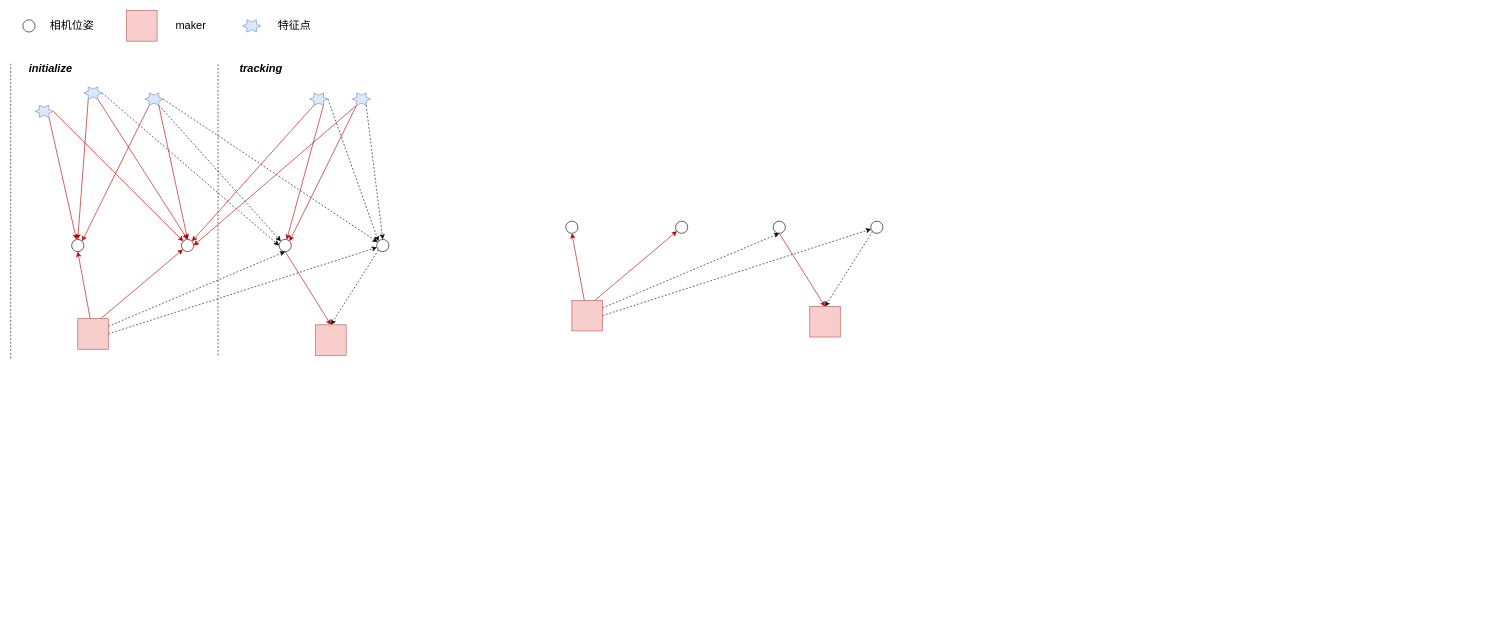
Earlier version of the draw.io diagram page "Ucoslam-示意图" (1 of 5) of uco-slam.drawio (younguper/VNOTE). Source tidied: cells renumbered, new cells numbered last; positions are measured from the earlier drawing's top-left corner, leaving out a move shared by most shapes. Both pictures are drawn from the tidied source at 61%, with x=0, y=0 at pixel (10, 10).
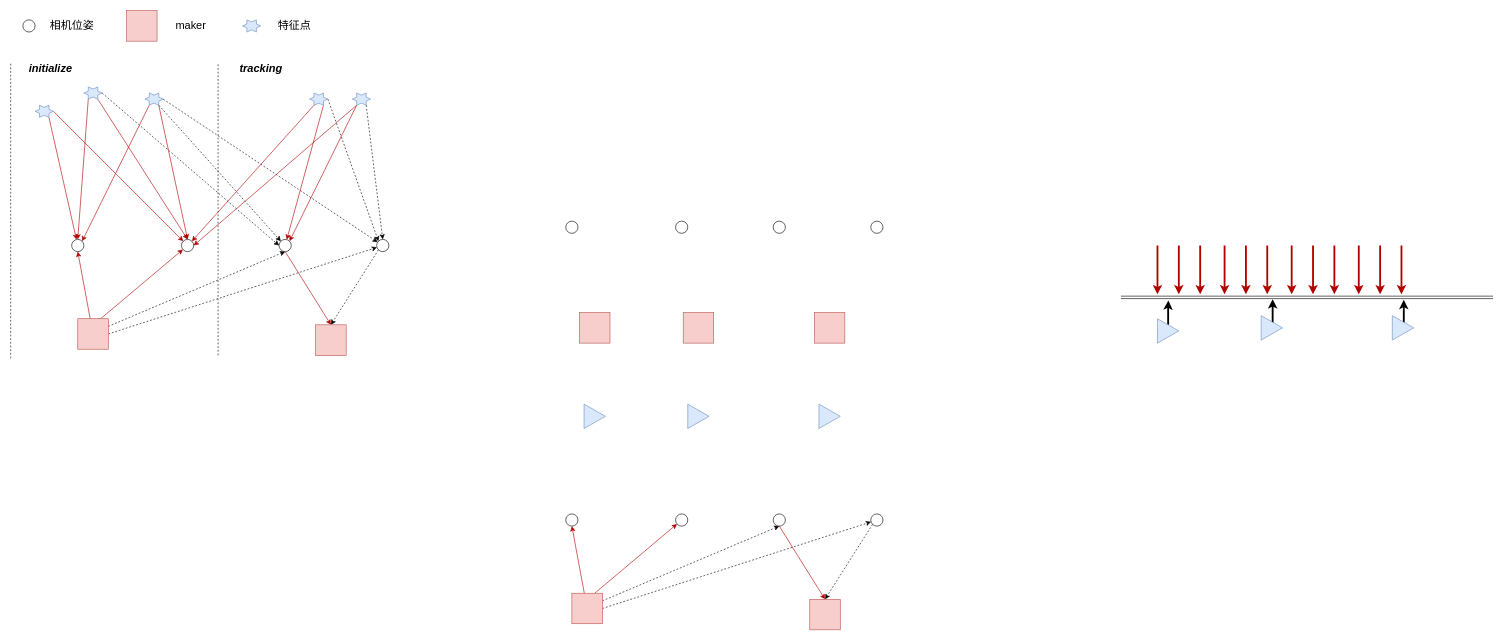
Above is the later version.

Unchanged cells that the change refers to:
```xml
<mxCell id="49" style="ellipse;whiteSpace=wrap;html=1;" parent="1" vertex="1">
  <mxGeometry x="910" y="345" width="20" height="20" as="geometry" />
</mxCell>
<mxCell id="50" style="ellipse;whiteSpace=wrap;html=1;" parent="1" vertex="1">
  <mxGeometry x="1090" y="345" width="20" height="20" as="geometry" />
</mxCell>
<mxCell id="52" style="ellipse;whiteSpace=wrap;html=1;" parent="1" vertex="1">
  <mxGeometry x="1250" y="345" width="20" height="20" as="geometry" />
</mxCell>
<mxCell id="54" style="ellipse;whiteSpace=wrap;html=1;" parent="1" vertex="1">
  <mxGeometry x="1410" y="345" width="20" height="20" as="geometry" />
</mxCell>
```

Diff of the diagram source:
```diff
@@
-    <mxCell id="44" style="rounded=0;jettySize=auto;html=1;exitX=0.75;exitY=0;exitDx=0;exitDy=0;fillColor=#e51400;strokeColor=#B20000;" parent="1" edge="1" source="48" target="50">
-      <mxGeometry relative="1" as="geometry" />
-    </mxCell>
-    <mxCell id="45" style="edgeStyle=none;rounded=0;jettySize=auto;html=1;entryX=0.5;entryY=1;entryDx=0;entryDy=0;fillColor=#e51400;strokeColor=#B20000;" parent="1" edge="1" source="48" target="49">
-      <mxGeometry relative="1" as="geometry" />
-    </mxCell>
-    <mxCell id="46" style="edgeStyle=none;rounded=0;jettySize=auto;html=1;exitX=1;exitY=0.25;exitDx=0;exitDy=0;entryX=0.5;entryY=1;entryDx=0;entryDy=0;dashed=1;fillColor=#e51400;" parent="1" edge="1" source="48" target="52">
-      <mxGeometry relative="1" as="geometry" />
-    </mxCell>
-    <mxCell id="47" style="edgeStyle=none;rounded=0;jettySize=auto;html=1;exitX=1;exitY=0.5;exitDx=0;exitDy=0;dashed=1;strokeColor=#000000;fontFamily=Helvetica;" parent="1" edge="1" source="48" target="54">
-      <mxGeometry relative="1" as="geometry" />
-    </mxCell>
     <mxCell id="48" style="whiteSpace=wrap;html=1;fillColor=#f8cecc;strokeColor=#b85450;" parent="1" vertex="1">
-      <mxGeometry x="920" y="475" width="50" height="50" as="geometry" />
+      <mxGeometry x="932.5" y="495" width="50" height="50" as="geometry" />
     </mxCell>
@@
-    <mxCell id="51" style="edgeStyle=none;rounded=0;jettySize=auto;html=1;exitX=0.5;exitY=1;exitDx=0;exitDy=0;entryX=0.5;entryY=0;entryDx=0;entryDy=0;fillColor=#e51400;strokeColor=#B20000;" parent="1" edge="1" source="52" target="55">
-      <mxGeometry relative="1" as="geometry" />
-    </mxCell>
@@
-    <mxCell id="53" style="edgeStyle=none;rounded=0;jettySize=auto;html=1;exitX=0;exitY=1;exitDx=0;exitDy=0;entryX=0.5;entryY=0;entryDx=0;entryDy=0;dashed=1;strokeColor=#000000;fontFamily=Helvetica;" parent="1" edge="1" source="54" target="55">
-      <mxGeometry relative="1" as="geometry" />
-    </mxCell>
@@
     <mxCell id="55" style="whiteSpace=wrap;html=1;fillColor=#f8cecc;strokeColor=#b85450;" parent="1" vertex="1">
-      <mxGeometry x="1310" y="485" width="50" height="50" as="geometry" />
+      <mxGeometry x="1317.5" y="495" width="50" height="50" as="geometry" />
     </mxCell>
+    <mxCell id="56" style="rounded=0;jettySize=auto;html=1;exitX=0.75;exitY=0;exitDx=0;exitDy=0;fillColor=#e51400;strokeColor=#B20000;" parent="1" edge="1" source="60" target="62">
+      <mxGeometry relative="1" as="geometry" />
+    </mxCell>
+    <mxCell id="57" style="edgeStyle=none;rounded=0;jettySize=auto;html=1;entryX=0.5;entryY=1;entryDx=0;entryDy=0;fillColor=#e51400;strokeColor=#B20000;" parent="1" edge="1" source="60" target="61">
+      <mxGeometry relative="1" as="geometry" />
+    </mxCell>
+    <mxCell id="58" style="edgeStyle=none;rounded=0;jettySize=auto;html=1;exitX=1;exitY=0.25;exitDx=0;exitDy=0;entryX=0.5;entryY=1;entryDx=0;entryDy=0;dashed=1;fillColor=#e51400;" parent="1" edge="1" source="60" target="64">
+      <mxGeometry relative="1" as="geometry" />
+    </mxCell>
+    <mxCell id="59" style="edgeStyle=none;rounded=0;jettySize=auto;html=1;exitX=1;exitY=0.5;exitDx=0;exitDy=0;dashed=1;strokeColor=#000000;fontFamily=Helvetica;" parent="1" edge="1" source="60" target="66">
+      <mxGeometry relative="1" as="geometry" />
+    </mxCell>
+    <mxCell id="60" style="whiteSpace=wrap;html=1;fillColor=#f8cecc;strokeColor=#b85450;" parent="1" vertex="1">
+      <mxGeometry x="920" y="955" width="50" height="50" as="geometry" />
+    </mxCell>
+    <mxCell id="61" style="ellipse;whiteSpace=wrap;html=1;" parent="1" vertex="1">
+      <mxGeometry x="910" y="825" width="20" height="20" as="geometry" />
+    </mxCell>
+    <mxCell id="62" style="ellipse;whiteSpace=wrap;html=1;" parent="1" vertex="1">
+      <mxGeometry x="1090" y="825" width="20" height="20" as="geometry" />
+    </mxCell>
+    <mxCell id="63" style="edgeStyle=none;rounded=0;jettySize=auto;html=1;exitX=0.5;exitY=1;exitDx=0;exitDy=0;entryX=0.5;entryY=0;entryDx=0;entryDy=0;fillColor=#e51400;strokeColor=#B20000;" parent="1" edge="1" source="64" target="67">
+      <mxGeometry relative="1" as="geometry" />
+    </mxCell>
+    <mxCell id="64" style="ellipse;whiteSpace=wrap;html=1;" parent="1" vertex="1">
+      <mxGeometry x="1250" y="825" width="20" height="20" as="geometry" />
+    </mxCell>
+    <mxCell id="65" style="edgeStyle=none;rounded=0;jettySize=auto;html=1;exitX=0;exitY=1;exitDx=0;exitDy=0;entryX=0.5;entryY=0;entryDx=0;entryDy=0;dashed=1;strokeColor=#000000;fontFamily=Helvetica;" parent="1" edge="1" source="66" target="67">
+      <mxGeometry relative="1" as="geometry" />
+    </mxCell>
+    <mxCell id="66" style="ellipse;whiteSpace=wrap;html=1;" parent="1" vertex="1">
+      <mxGeometry x="1410" y="825" width="20" height="20" as="geometry" />
+    </mxCell>
+    <mxCell id="67" style="whiteSpace=wrap;html=1;fillColor=#f8cecc;strokeColor=#b85450;" parent="1" vertex="1">
+      <mxGeometry x="1310" y="965" width="50" height="50" as="geometry" />
+    </mxCell>
+    <mxCell id="68" style="triangle;whiteSpace=wrap;html=1;fillColor=#dae8fc;strokeColor=#6c8ebf;" parent="1" vertex="1">
+      <mxGeometry x="940" y="645" width="35" height="40" as="geometry" />
+    </mxCell>
+    <mxCell id="69" style="triangle;whiteSpace=wrap;html=1;fillColor=#dae8fc;strokeColor=#6c8ebf;" parent="1" vertex="1">
+      <mxGeometry x="1110" y="645" width="35" height="40" as="geometry" />
+    </mxCell>
+    <mxCell id="70" style="triangle;whiteSpace=wrap;html=1;fillColor=#dae8fc;strokeColor=#6c8ebf;" parent="1" vertex="1">
+      <mxGeometry x="1325" y="645" width="35" height="40" as="geometry" />
+    </mxCell>
+    <mxCell id="71" style="whiteSpace=wrap;html=1;fillColor=#f8cecc;strokeColor=#b85450;" parent="1" vertex="1">
+      <mxGeometry x="1102.5" y="495" width="50" height="50" as="geometry" />
+    </mxCell>
+    <mxCell id="72" style="edgeStyle=orthogonalEdgeStyle;rounded=0;jettySize=auto;html=1;exitX=0.5;exitY=0;exitDx=0;exitDy=0;entryX=0.076;entryY=0.75;entryDx=0;entryDy=0;entryPerimeter=0;strokeWidth=3;" parent="1" edge="1" source="73">
+      <mxGeometry relative="1" as="geometry">
+        <mxPoint x="1897.8" y="475" as="targetPoint" />
+      </mxGeometry>
+    </mxCell>
+    <mxCell id="73" style="triangle;whiteSpace=wrap;html=1;fillColor=#dae8fc;strokeColor=#6c8ebf;" parent="1" vertex="1">
+      <mxGeometry x="1880" y="505" width="35" height="40" as="geometry" />
+    </mxCell>
+    <mxCell id="74" style="edgeStyle=orthogonalEdgeStyle;rounded=0;jettySize=auto;html=1;exitX=0.5;exitY=0;exitDx=0;exitDy=0;entryX=0.301;entryY=0.65;entryDx=0;entryDy=0;entryPerimeter=0;strokeWidth=3;" parent="1" edge="1" source="75">
+      <mxGeometry relative="1" as="geometry">
+        <mxPoint x="2068.8" y="473" as="targetPoint" />
+      </mxGeometry>
+    </mxCell>
+    <mxCell id="75" style="triangle;whiteSpace=wrap;html=1;fillColor=#dae8fc;strokeColor=#6c8ebf;" parent="1" vertex="1">
+      <mxGeometry x="2050" y="500" width="35" height="40" as="geometry" />
+    </mxCell>
+    <mxCell id="76" style="edgeStyle=orthogonalEdgeStyle;rounded=0;jettySize=auto;html=1;exitX=0.5;exitY=0;exitDx=0;exitDy=0;entryX=0.584;entryY=0.7;entryDx=0;entryDy=0;entryPerimeter=0;strokeWidth=3;" parent="1" edge="1" source="77">
+      <mxGeometry relative="1" as="geometry">
+        <mxPoint x="2283.8" y="474" as="targetPoint" />
+      </mxGeometry>
+    </mxCell>
+    <mxCell id="77" style="triangle;whiteSpace=wrap;html=1;fillColor=#dae8fc;strokeColor=#6c8ebf;" parent="1" vertex="1">
+      <mxGeometry x="2265" y="500" width="35" height="40" as="geometry" />
+    </mxCell>
+    <mxCell id="78" style="edgeStyle=none;rounded=0;orthogonalLoop=1;jettySize=auto;html=1;fillColor=#e51400;strokeColor=#B20000;strokeWidth=3;" parent="1" edge="1">
+      <mxGeometry relative="1" as="geometry">
+        <mxPoint x="1880" y="385" as="sourcePoint" />
+        <mxPoint x="1880" y="465" as="targetPoint" />
+        <Array as="points">
+          <mxPoint x="1880" y="430" />
+        </Array>
+      </mxGeometry>
+    </mxCell>
+    <mxCell id="79" style="edgeStyle=none;rounded=0;orthogonalLoop=1;jettySize=auto;html=1;fillColor=#e51400;strokeColor=#B20000;strokeWidth=3;" parent="1" edge="1">
+      <mxGeometry relative="1" as="geometry">
+        <mxPoint x="1915" y="385" as="sourcePoint" />
+        <mxPoint x="1915" y="465" as="targetPoint" />
+        <Array as="points">
+          <mxPoint x="1915" y="430" />
+        </Array>
+      </mxGeometry>
+    </mxCell>
+    <mxCell id="80" style="edgeStyle=none;rounded=0;orthogonalLoop=1;jettySize=auto;html=1;fillColor=#e51400;strokeColor=#B20000;strokeWidth=3;" parent="1" edge="1">
+      <mxGeometry relative="1" as="geometry">
+        <mxPoint x="1950" y="385" as="sourcePoint" />
+        <mxPoint x="1950" y="465" as="targetPoint" />
+        <Array as="points">
+          <mxPoint x="1950" y="430" />
+        </Array>
+      </mxGeometry>
+    </mxCell>
+    <mxCell id="81" style="edgeStyle=none;rounded=0;orthogonalLoop=1;jettySize=auto;html=1;fillColor=#e51400;strokeColor=#B20000;strokeWidth=3;" parent="1" edge="1">
+      <mxGeometry relative="1" as="geometry">
+        <mxPoint x="1990" y="385" as="sourcePoint" />
+        <mxPoint x="1990" y="465" as="targetPoint" />
+        <Array as="points">
+          <mxPoint x="1990" y="430" />
+        </Array>
+      </mxGeometry>
+    </mxCell>
+    <mxCell id="82" style="edgeStyle=none;rounded=0;orthogonalLoop=1;jettySize=auto;html=1;fillColor=#e51400;strokeColor=#B20000;strokeWidth=3;" parent="1" edge="1">
+      <mxGeometry relative="1" as="geometry">
+        <mxPoint x="2025" y="385" as="sourcePoint" />
+        <mxPoint x="2025" y="465" as="targetPoint" />
+        <Array as="points">
+          <mxPoint x="2025" y="430" />
+        </Array>
+      </mxGeometry>
+    </mxCell>
+    <mxCell id="83" style="edgeStyle=none;rounded=0;orthogonalLoop=1;jettySize=auto;html=1;fillColor=#e51400;strokeColor=#B20000;strokeWidth=3;" parent="1" edge="1">
+      <mxGeometry relative="1" as="geometry">
+        <mxPoint x="2060" y="385" as="sourcePoint" />
+        <mxPoint x="2060" y="465" as="targetPoint" />
+        <Array as="points">
+          <mxPoint x="2060" y="430" />
+        </Array>
+      </mxGeometry>
+    </mxCell>
+    <mxCell id="84" style="edgeStyle=none;rounded=0;orthogonalLoop=1;jettySize=auto;html=1;fillColor=#e51400;strokeColor=#B20000;strokeWidth=3;" parent="1" edge="1">
+      <mxGeometry relative="1" as="geometry">
+        <mxPoint x="2100" y="385" as="sourcePoint" />
+        <mxPoint x="2100" y="465" as="targetPoint" />
+        <Array as="points">
+          <mxPoint x="2100" y="430" />
+        </Array>
+      </mxGeometry>
+    </mxCell>
+    <mxCell id="85" style="edgeStyle=none;rounded=0;orthogonalLoop=1;jettySize=auto;html=1;fillColor=#e51400;strokeColor=#B20000;strokeWidth=3;" parent="1" edge="1">
+      <mxGeometry relative="1" as="geometry">
+        <mxPoint x="2135" y="385" as="sourcePoint" />
+        <mxPoint x="2135" y="465" as="targetPoint" />
+        <Array as="points">
+          <mxPoint x="2135" y="430" />
+        </Array>
+      </mxGeometry>
+    </mxCell>
+    <mxCell id="86" style="edgeStyle=none;rounded=0;orthogonalLoop=1;jettySize=auto;html=1;fillColor=#e51400;strokeColor=#B20000;strokeWidth=3;" parent="1" edge="1">
+      <mxGeometry relative="1" as="geometry">
+        <mxPoint x="2170" y="385" as="sourcePoint" />
+        <mxPoint x="2170" y="465" as="targetPoint" />
+        <Array as="points">
+          <mxPoint x="2170" y="430" />
+        </Array>
+      </mxGeometry>
+    </mxCell>
+    <mxCell id="87" style="edgeStyle=none;rounded=0;orthogonalLoop=1;jettySize=auto;html=1;fillColor=#e51400;strokeColor=#B20000;strokeWidth=3;" parent="1" edge="1">
+      <mxGeometry relative="1" as="geometry">
+        <mxPoint x="2210" y="385" as="sourcePoint" />
+        <mxPoint x="2210" y="465" as="targetPoint" />
+        <Array as="points">
+          <mxPoint x="2210" y="430" />
+        </Array>
+      </mxGeometry>
+    </mxCell>
+    <mxCell id="88" style="edgeStyle=none;rounded=0;orthogonalLoop=1;jettySize=auto;html=1;fillColor=#e51400;strokeColor=#B20000;strokeWidth=3;" parent="1" edge="1">
+      <mxGeometry relative="1" as="geometry">
+        <mxPoint x="2245" y="385" as="sourcePoint" />
+        <mxPoint x="2245" y="465" as="targetPoint" />
+        <Array as="points">
+          <mxPoint x="2245" y="430" />
+        </Array>
+      </mxGeometry>
+    </mxCell>
+    <mxCell id="89" style="edgeStyle=none;rounded=0;orthogonalLoop=1;jettySize=auto;html=1;fillColor=#e51400;strokeColor=#B20000;strokeWidth=3;" parent="1" edge="1">
+      <mxGeometry relative="1" as="geometry">
+        <mxPoint x="2280" y="385" as="sourcePoint" />
+        <mxPoint x="2280" y="465" as="targetPoint" />
+        <Array as="points">
+          <mxPoint x="2280" y="430" />
+        </Array>
+      </mxGeometry>
+    </mxCell>
+    <mxCell id="90" style="shape=link;html=1;strokeWidth=1;" parent="1" edge="1">
+      <mxGeometry relative="1" as="geometry">
+        <mxPoint x="1820" y="470" as="sourcePoint" />
+        <mxPoint x="2430" y="470" as="targetPoint" />
+      </mxGeometry>
+    </mxCell>
```
